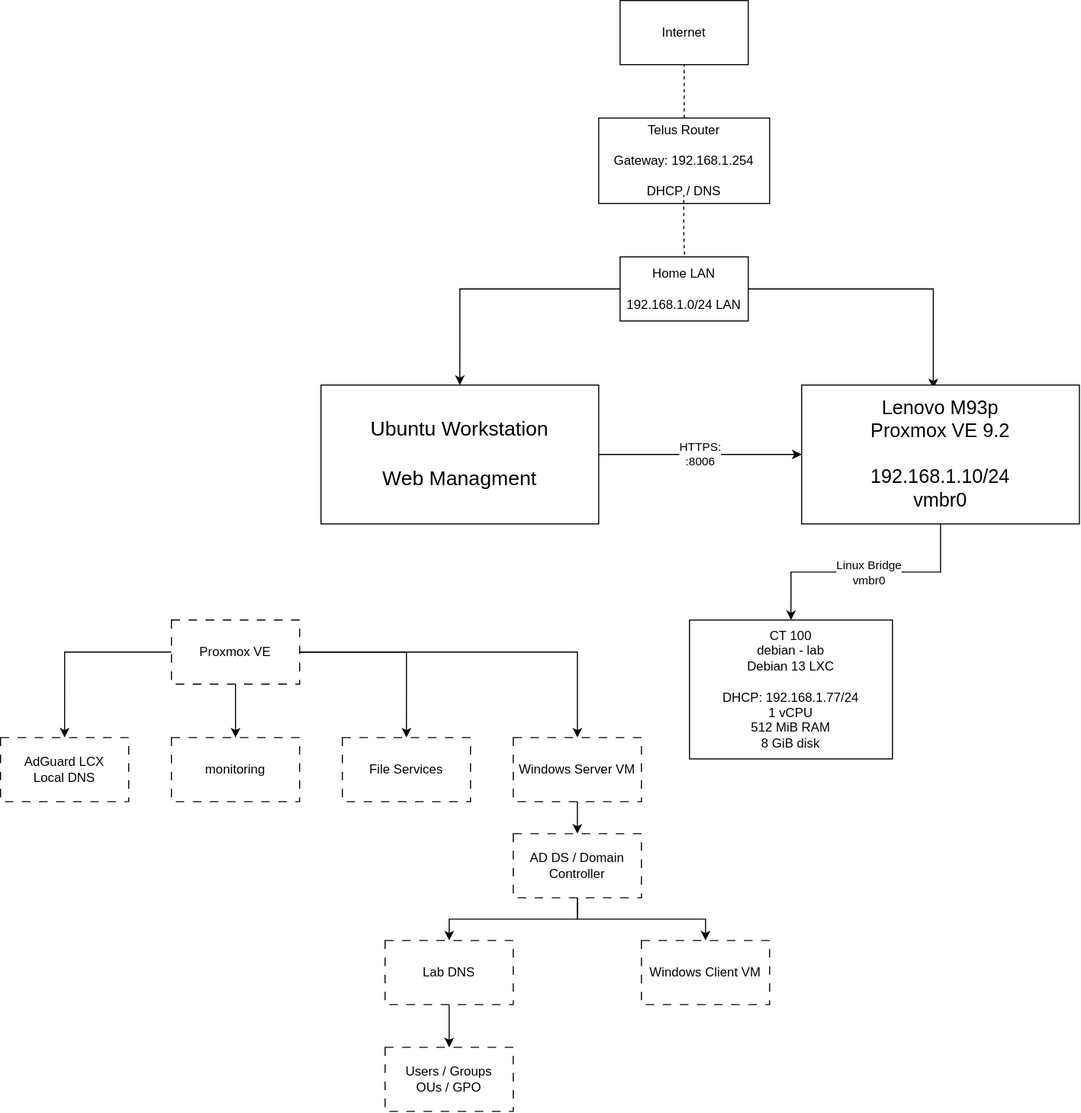
This is Home-Server-Lab/diagram/Network Diagram.drawio.svg from peterdittmann/IT-Portfolio, a draw.io export, as it was before one commit. Source tidied: cells renumbered, new cells last; positions are measured from the earlier drawing's top-left corner, leaving out a move shared by most shapes.
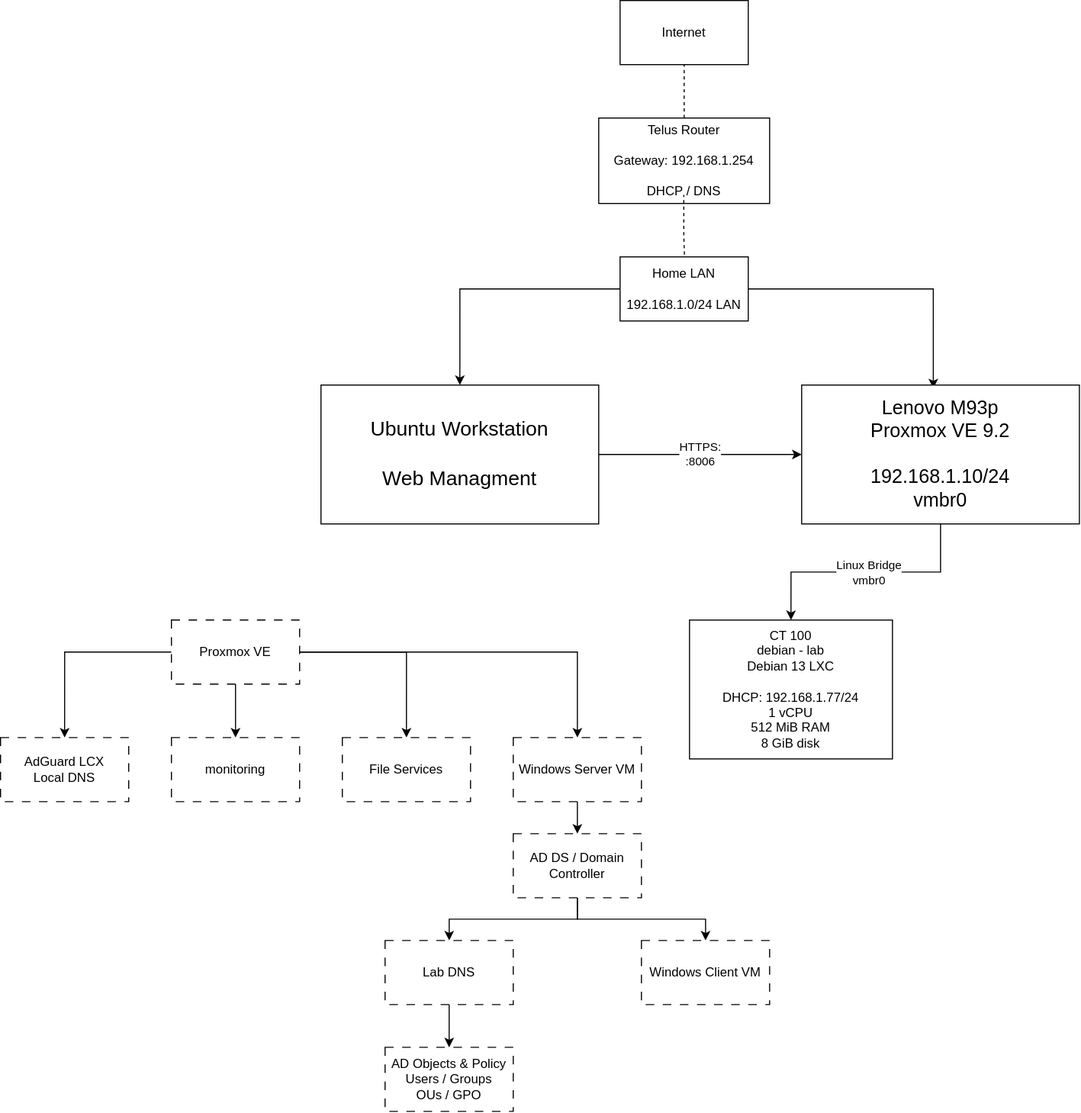
The same file after the commit.

Diff of the diagram source:
```diff
@@ -65,7 +65,7 @@
     <mxCell id="22" value="Windows Server VM" style="rounded=0;whiteSpace=wrap;html=1;dashed=1;dashPattern=8 8;" parent="1" vertex="1">
       <mxGeometry x="480" y="690" width="120" height="60" as="geometry" />
     </mxCell>
-    <mxCell id="23" value="&lt;div&gt;Users / Groups&lt;/div&gt;&lt;div&gt;OUs / GPO&lt;/div&gt;" style="rounded=0;whiteSpace=wrap;html=1;dashed=1;dashPattern=8 8;" parent="1" vertex="1">
+    <mxCell id="23" value="&lt;div&gt;AD Objects &amp;amp; Policy&lt;/div&gt;&lt;div&gt;Users / Groups&lt;/div&gt;&lt;div&gt;OUs / GPO&lt;/div&gt;" style="rounded=0;whiteSpace=wrap;html=1;dashed=1;dashPattern=8 8;" parent="1" vertex="1">
       <mxGeometry x="360" y="980" width="120" height="60" as="geometry" />
     </mxCell>
     <mxCell id="24" value="Windows Client VM" style="rounded=0;whiteSpace=wrap;html=1;dashed=1;dashPattern=8 8;" parent="1" vertex="1">
```
